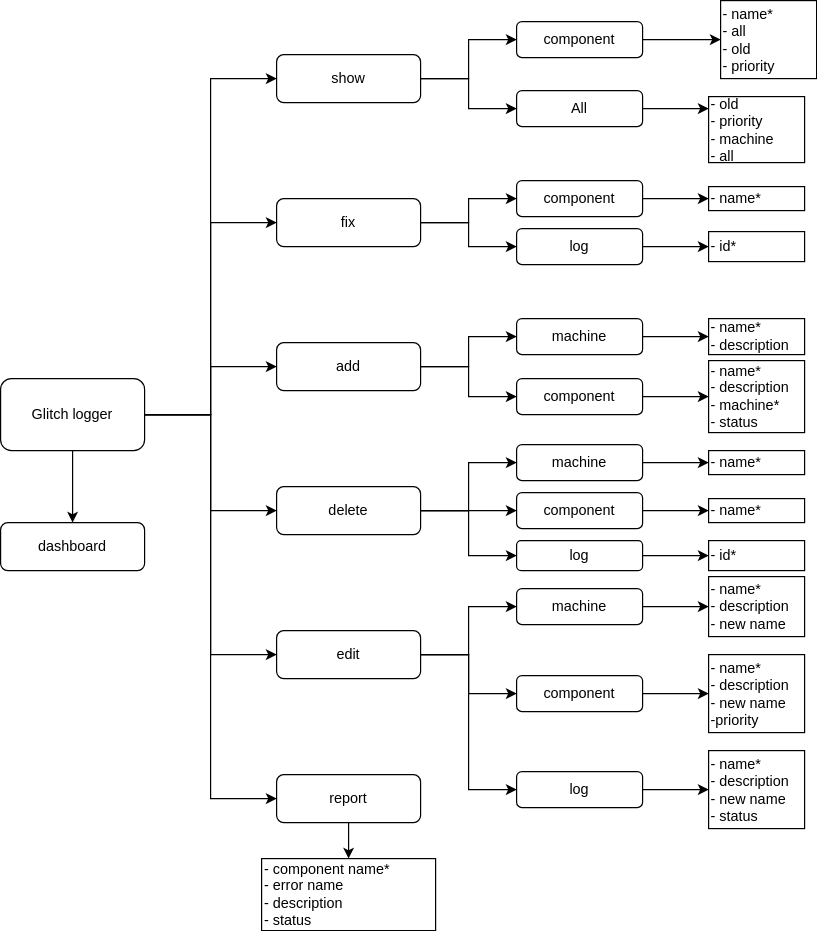
Earlier version of the draw.io export Docs/images/cli.tree.png (mmed-hajnasr/upkeep). Source tidied: cells renumbered, new cells last; positions are measured from the earlier drawing's top-left corner, leaving out a move shared by most shapes. Source of this version:
```xml
<mxGraphModel>
  <root>
    <mxCell id="0" />
    <mxCell id="1" parent="0" />
    <mxCell id="2" style="edgeStyle=orthogonalEdgeStyle;rounded=0;jettySize=auto;html=1;entryX=0;entryY=0.5;entryDx=0;entryDy=0;" parent="1" edge="1" source="9" target="12">
      <mxGeometry relative="1" as="geometry" />
    </mxCell>
    <mxCell id="3" style="edgeStyle=orthogonalEdgeStyle;rounded=0;jettySize=auto;html=1;entryX=0;entryY=0.5;entryDx=0;entryDy=0;" parent="1" edge="1" source="9" target="16">
      <mxGeometry relative="1" as="geometry" />
    </mxCell>
    <mxCell id="4" style="edgeStyle=orthogonalEdgeStyle;rounded=0;jettySize=auto;html=1;entryX=0;entryY=0.5;entryDx=0;entryDy=0;" parent="1" edge="1" source="9" target="20">
      <mxGeometry relative="1" as="geometry" />
    </mxCell>
    <mxCell id="5" style="edgeStyle=orthogonalEdgeStyle;rounded=0;jettySize=auto;html=1;entryX=0;entryY=0.5;entryDx=0;entryDy=0;" parent="1" edge="1" source="9" target="24">
      <mxGeometry relative="1" as="geometry" />
    </mxCell>
    <mxCell id="6" style="edgeStyle=orthogonalEdgeStyle;rounded=0;jettySize=auto;html=1;" parent="1" edge="1" source="9" target="21">
      <mxGeometry relative="1" as="geometry" />
    </mxCell>
    <mxCell id="7" style="edgeStyle=orthogonalEdgeStyle;rounded=0;jettySize=auto;html=1;entryX=0;entryY=0.5;entryDx=0;entryDy=0;" parent="1" edge="1" source="9" target="30">
      <mxGeometry relative="1" as="geometry" />
    </mxCell>
    <mxCell id="8" style="edgeStyle=orthogonalEdgeStyle;rounded=0;jettySize=auto;html=1;entryX=0;entryY=0.5;entryDx=0;entryDy=0;" parent="1" edge="1" source="9" target="60">
      <mxGeometry relative="1" as="geometry" />
    </mxCell>
    <mxCell id="9" value="Glitch logger" style="rounded=1;whiteSpace=wrap;html=1;" parent="1" vertex="1">
      <mxGeometry y="315" width="120" height="60" as="geometry" />
    </mxCell>
    <mxCell id="10" style="edgeStyle=orthogonalEdgeStyle;rounded=0;jettySize=auto;html=1;entryX=0;entryY=0.5;entryDx=0;entryDy=0;" parent="1" edge="1" source="12" target="26">
      <mxGeometry relative="1" as="geometry" />
    </mxCell>
    <mxCell id="11" style="edgeStyle=orthogonalEdgeStyle;rounded=0;jettySize=auto;html=1;entryX=0;entryY=0.5;entryDx=0;entryDy=0;" parent="1" edge="1" source="12" target="28">
      <mxGeometry relative="1" as="geometry" />
    </mxCell>
    <mxCell id="12" value="add" style="rounded=1;whiteSpace=wrap;html=1;" parent="1" vertex="1">
      <mxGeometry x="230" y="285" width="120" height="40" as="geometry" />
    </mxCell>
    <mxCell id="13" style="edgeStyle=orthogonalEdgeStyle;rounded=0;jettySize=auto;html=1;entryX=0;entryY=0.5;entryDx=0;entryDy=0;" parent="1" edge="1" source="16" target="32">
      <mxGeometry relative="1" as="geometry" />
    </mxCell>
    <mxCell id="14" style="edgeStyle=orthogonalEdgeStyle;rounded=0;jettySize=auto;html=1;entryX=0;entryY=0.5;entryDx=0;entryDy=0;" parent="1" edge="1" source="16" target="34">
      <mxGeometry relative="1" as="geometry" />
    </mxCell>
    <mxCell id="15" style="edgeStyle=orthogonalEdgeStyle;rounded=0;jettySize=auto;html=1;entryX=0;entryY=0.5;entryDx=0;entryDy=0;" parent="1" edge="1" source="16" target="36">
      <mxGeometry relative="1" as="geometry" />
    </mxCell>
    <mxCell id="16" value="delete" style="rounded=1;whiteSpace=wrap;html=1;" parent="1" vertex="1">
      <mxGeometry x="230" y="405" width="120" height="40" as="geometry" />
    </mxCell>
    <mxCell id="17" style="edgeStyle=orthogonalEdgeStyle;rounded=0;jettySize=auto;html=1;entryX=0;entryY=0.5;entryDx=0;entryDy=0;" parent="1" edge="1" source="20" target="38">
      <mxGeometry relative="1" as="geometry" />
    </mxCell>
    <mxCell id="18" style="edgeStyle=orthogonalEdgeStyle;rounded=0;jettySize=auto;html=1;entryX=0;entryY=0.5;entryDx=0;entryDy=0;" parent="1" edge="1" source="20" target="40">
      <mxGeometry relative="1" as="geometry" />
    </mxCell>
    <mxCell id="19" style="edgeStyle=orthogonalEdgeStyle;rounded=0;jettySize=auto;html=1;entryX=0;entryY=0.5;entryDx=0;entryDy=0;" parent="1" edge="1" source="20" target="42">
      <mxGeometry relative="1" as="geometry" />
    </mxCell>
    <mxCell id="20" value="edit" style="rounded=1;whiteSpace=wrap;html=1;" parent="1" vertex="1">
      <mxGeometry x="230" y="525" width="120" height="40" as="geometry" />
    </mxCell>
    <mxCell id="21" value="dashboard" style="rounded=1;whiteSpace=wrap;html=1;" parent="1" vertex="1">
      <mxGeometry y="435" width="120" height="40" as="geometry" />
    </mxCell>
    <mxCell id="22" style="edgeStyle=orthogonalEdgeStyle;rounded=0;jettySize=auto;html=1;" parent="1" edge="1" source="24" target="45">
      <mxGeometry relative="1" as="geometry" />
    </mxCell>
    <mxCell id="23" style="edgeStyle=orthogonalEdgeStyle;rounded=0;jettySize=auto;html=1;entryX=0;entryY=0.5;entryDx=0;entryDy=0;" parent="1" edge="1" source="24" target="47">
      <mxGeometry relative="1" as="geometry" />
    </mxCell>
    <mxCell id="24" value="fix" style="rounded=1;whiteSpace=wrap;html=1;" parent="1" vertex="1">
      <mxGeometry x="230" y="165" width="120" height="40" as="geometry" />
    </mxCell>
    <mxCell id="25" style="edgeStyle=orthogonalEdgeStyle;rounded=0;jettySize=auto;html=1;entryX=0;entryY=0.5;entryDx=0;entryDy=0;" parent="1" edge="1" source="26" target="48">
      <mxGeometry relative="1" as="geometry" />
    </mxCell>
    <mxCell id="26" value="machine" style="rounded=1;whiteSpace=wrap;html=1;" parent="1" vertex="1">
      <mxGeometry x="430" y="265" width="105" height="30" as="geometry" />
    </mxCell>
    <mxCell id="27" style="edgeStyle=orthogonalEdgeStyle;rounded=0;jettySize=auto;html=1;entryX=0;entryY=0.5;entryDx=0;entryDy=0;" parent="1" edge="1" source="28" target="49">
      <mxGeometry relative="1" as="geometry" />
    </mxCell>
    <mxCell id="28" value="component" style="rounded=1;whiteSpace=wrap;html=1;" parent="1" vertex="1">
      <mxGeometry x="430" y="315" width="105" height="30" as="geometry" />
    </mxCell>
    <mxCell id="29" style="edgeStyle=orthogonalEdgeStyle;rounded=0;jettySize=auto;html=1;entryX=0.5;entryY=0;entryDx=0;entryDy=0;" parent="1" edge="1" source="30" target="43">
      <mxGeometry relative="1" as="geometry" />
    </mxCell>
    <mxCell id="30" value="report" style="rounded=1;whiteSpace=wrap;html=1;" parent="1" vertex="1">
      <mxGeometry x="230" y="645" width="120" height="40" as="geometry" />
    </mxCell>
    <mxCell id="31" style="edgeStyle=orthogonalEdgeStyle;rounded=0;jettySize=auto;html=1;" parent="1" edge="1" source="32">
      <mxGeometry relative="1" as="geometry">
        <mxPoint x="590" y="385" as="targetPoint" />
      </mxGeometry>
    </mxCell>
    <mxCell id="32" value="machine" style="rounded=1;whiteSpace=wrap;html=1;" parent="1" vertex="1">
      <mxGeometry x="430" y="370" width="105" height="30" as="geometry" />
    </mxCell>
    <mxCell id="33" style="edgeStyle=orthogonalEdgeStyle;rounded=0;jettySize=auto;html=1;" parent="1" edge="1" source="34" target="52">
      <mxGeometry relative="1" as="geometry" />
    </mxCell>
    <mxCell id="34" value="component" style="rounded=1;whiteSpace=wrap;html=1;" parent="1" vertex="1">
      <mxGeometry x="430" y="410" width="105" height="30" as="geometry" />
    </mxCell>
    <mxCell id="35" style="edgeStyle=orthogonalEdgeStyle;rounded=0;jettySize=auto;html=1;" parent="1" edge="1" source="36" target="51">
      <mxGeometry relative="1" as="geometry" />
    </mxCell>
    <mxCell id="36" value="log" style="rounded=1;whiteSpace=wrap;html=1;" parent="1" vertex="1">
      <mxGeometry x="430" y="450" width="105" height="25" as="geometry" />
    </mxCell>
    <mxCell id="37" style="edgeStyle=orthogonalEdgeStyle;rounded=0;jettySize=auto;html=1;entryX=0;entryY=0.5;entryDx=0;entryDy=0;" parent="1" edge="1" source="38" target="53">
      <mxGeometry relative="1" as="geometry" />
    </mxCell>
    <mxCell id="38" value="machine" style="rounded=1;whiteSpace=wrap;html=1;" parent="1" vertex="1">
      <mxGeometry x="430" y="490" width="105" height="30" as="geometry" />
    </mxCell>
    <mxCell id="39" style="edgeStyle=orthogonalEdgeStyle;rounded=0;jettySize=auto;html=1;entryX=0;entryY=0.5;entryDx=0;entryDy=0;" parent="1" edge="1" source="40" target="54">
      <mxGeometry relative="1" as="geometry" />
    </mxCell>
    <mxCell id="40" value="component" style="rounded=1;whiteSpace=wrap;html=1;" parent="1" vertex="1">
      <mxGeometry x="430" y="562.5" width="105" height="30" as="geometry" />
    </mxCell>
    <mxCell id="41" style="edgeStyle=orthogonalEdgeStyle;rounded=0;jettySize=auto;html=1;" parent="1" edge="1" source="42" target="55">
      <mxGeometry relative="1" as="geometry" />
    </mxCell>
    <mxCell id="42" value="log" style="rounded=1;whiteSpace=wrap;html=1;" parent="1" vertex="1">
      <mxGeometry x="430" y="642.5" width="105" height="30" as="geometry" />
    </mxCell>
    <mxCell id="43" value="- component name*&lt;br&gt;- error name&lt;br&gt;- description&lt;br&gt;&lt;div style=&quot;&quot;&gt;&lt;span style=&quot;background-color: initial;&quot;&gt;- status&amp;nbsp;&lt;/span&gt;&lt;/div&gt;" style="rounded=0;whiteSpace=wrap;html=1;align=left;" parent="1" vertex="1">
      <mxGeometry x="217.5" y="715" width="145" height="60" as="geometry" />
    </mxCell>
    <mxCell id="44" style="edgeStyle=orthogonalEdgeStyle;rounded=0;jettySize=auto;html=1;" parent="1" edge="1" source="45" target="56">
      <mxGeometry relative="1" as="geometry" />
    </mxCell>
    <mxCell id="45" value="component" style="rounded=1;whiteSpace=wrap;html=1;" parent="1" vertex="1">
      <mxGeometry x="430" y="150" width="105" height="30" as="geometry" />
    </mxCell>
    <mxCell id="46" style="edgeStyle=orthogonalEdgeStyle;rounded=0;jettySize=auto;html=1;" parent="1" edge="1" source="47">
      <mxGeometry relative="1" as="geometry">
        <mxPoint x="590" y="205" as="targetPoint" />
      </mxGeometry>
    </mxCell>
    <mxCell id="47" value="log" style="rounded=1;whiteSpace=wrap;html=1;" parent="1" vertex="1">
      <mxGeometry x="430" y="190" width="105" height="30" as="geometry" />
    </mxCell>
    <mxCell id="48" value="- name*&lt;br&gt;- description" style="rounded=0;whiteSpace=wrap;html=1;align=left;" parent="1" vertex="1">
      <mxGeometry x="590" y="265" width="80" height="30" as="geometry" />
    </mxCell>
    <mxCell id="49" value="- name*&lt;br&gt;- description&lt;br&gt;- machine*&lt;br&gt;- status" style="rounded=0;whiteSpace=wrap;html=1;align=left;" parent="1" vertex="1">
      <mxGeometry x="590" y="300" width="80" height="60" as="geometry" />
    </mxCell>
    <mxCell id="50" value="- name*" style="rounded=0;whiteSpace=wrap;html=1;align=left;" parent="1" vertex="1">
      <mxGeometry x="590" y="375" width="80" height="20" as="geometry" />
    </mxCell>
    <mxCell id="51" value="- id*" style="rounded=0;whiteSpace=wrap;html=1;align=left;" parent="1" vertex="1">
      <mxGeometry x="590" y="450" width="80" height="25" as="geometry" />
    </mxCell>
    <mxCell id="52" value="- name*" style="rounded=0;whiteSpace=wrap;html=1;align=left;" parent="1" vertex="1">
      <mxGeometry x="590" y="415" width="80" height="20" as="geometry" />
    </mxCell>
    <mxCell id="53" value="- name*&lt;br&gt;- description&lt;br&gt;- new name" style="rounded=0;whiteSpace=wrap;html=1;align=left;" parent="1" vertex="1">
      <mxGeometry x="590" y="480" width="80" height="50" as="geometry" />
    </mxCell>
    <mxCell id="54" value="- name*&lt;br&gt;- description&lt;br&gt;- new name&lt;br&gt;-priority" style="rounded=0;whiteSpace=wrap;html=1;align=left;" parent="1" vertex="1">
      <mxGeometry x="590" y="545" width="80" height="65" as="geometry" />
    </mxCell>
    <mxCell id="55" value="- name*&lt;br&gt;- description&lt;br&gt;- new name&lt;br&gt;- status" style="rounded=0;whiteSpace=wrap;html=1;align=left;" parent="1" vertex="1">
      <mxGeometry x="590" y="625" width="80" height="65" as="geometry" />
    </mxCell>
    <mxCell id="56" value="- name*" style="rounded=0;whiteSpace=wrap;html=1;align=left;" parent="1" vertex="1">
      <mxGeometry x="590" y="155" width="80" height="20" as="geometry" />
    </mxCell>
    <mxCell id="57" value="- id*" style="rounded=0;whiteSpace=wrap;html=1;align=left;" parent="1" vertex="1">
      <mxGeometry x="590" y="192.5" width="80" height="25" as="geometry" />
    </mxCell>
    <mxCell id="58" style="edgeStyle=orthogonalEdgeStyle;rounded=0;jettySize=auto;html=1;entryX=0;entryY=0.5;entryDx=0;entryDy=0;" parent="1" edge="1" source="60" target="62">
      <mxGeometry relative="1" as="geometry" />
    </mxCell>
    <mxCell id="59" style="edgeStyle=orthogonalEdgeStyle;rounded=0;jettySize=auto;html=1;" parent="1" edge="1" source="60" target="64">
      <mxGeometry relative="1" as="geometry" />
    </mxCell>
    <mxCell id="60" value="show" style="rounded=1;whiteSpace=wrap;html=1;" parent="1" vertex="1">
      <mxGeometry x="230" y="45" width="120" height="40" as="geometry" />
    </mxCell>
    <mxCell id="61" style="edgeStyle=orthogonalEdgeStyle;rounded=0;jettySize=auto;html=1;" parent="1" edge="1" source="62">
      <mxGeometry relative="1" as="geometry">
        <mxPoint x="590" y="90" as="targetPoint" />
      </mxGeometry>
    </mxCell>
    <mxCell id="62" value="All" style="rounded=1;whiteSpace=wrap;html=1;" parent="1" vertex="1">
      <mxGeometry x="430" y="75" width="105" height="30" as="geometry" />
    </mxCell>
    <mxCell id="63" style="edgeStyle=orthogonalEdgeStyle;rounded=0;jettySize=auto;html=1;entryX=0;entryY=0.5;entryDx=0;entryDy=0;" parent="1" edge="1" source="64" target="65">
      <mxGeometry relative="1" as="geometry" />
    </mxCell>
    <mxCell id="64" value="component" style="rounded=1;whiteSpace=wrap;html=1;" parent="1" vertex="1">
      <mxGeometry x="430" y="17.5" width="105" height="30" as="geometry" />
    </mxCell>
    <mxCell id="65" value="- name*&lt;br&gt;- all&lt;br&gt;- old&lt;br&gt;- priority" style="rounded=0;whiteSpace=wrap;html=1;align=left;" parent="1" vertex="1">
      <mxGeometry x="600" width="80" height="65" as="geometry" />
    </mxCell>
    <mxCell id="66" value="&lt;div&gt;- old&lt;/div&gt;&lt;div&gt;- priority&lt;/div&gt;&lt;div&gt;- machine&lt;/div&gt;&lt;div&gt;- all&lt;/div&gt;" style="rounded=0;whiteSpace=wrap;html=1;align=left;" parent="1" vertex="1">
      <mxGeometry x="590" y="80" width="80" height="55" as="geometry" />
    </mxCell>
  </root>
</mxGraphModel>
```
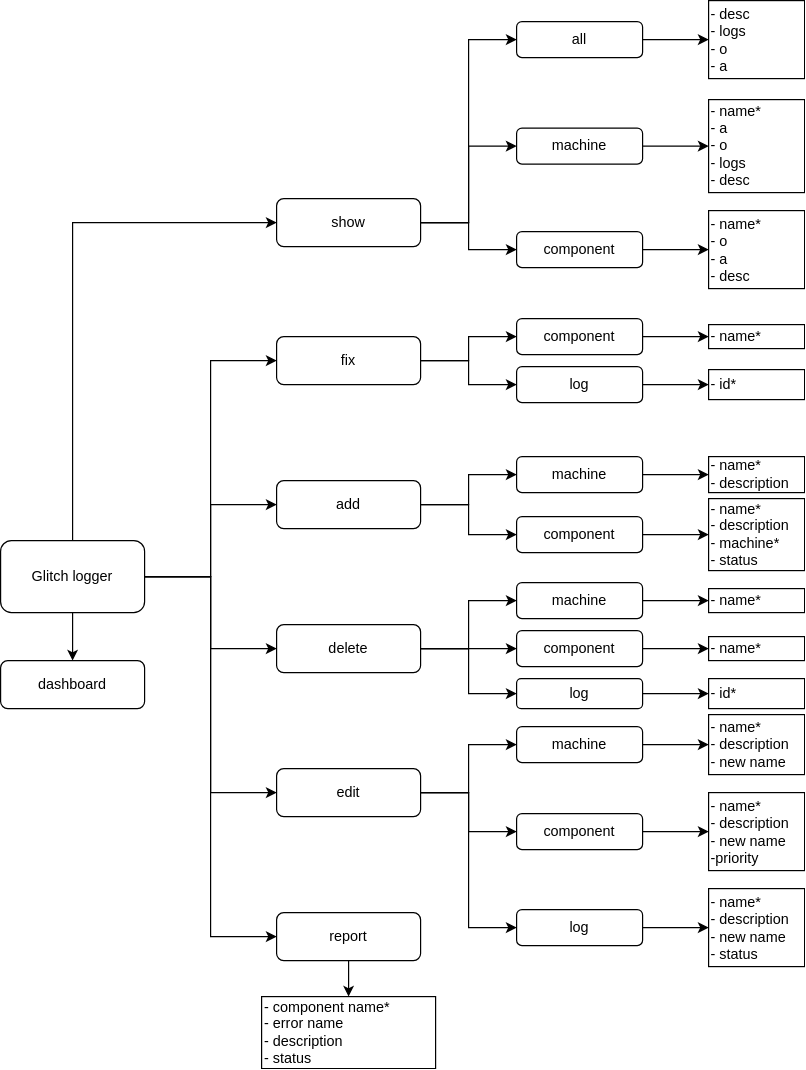
The same diagram one commit later.

What changed in the source:
```diff
@@ -20,11 +20,15 @@
     <mxCell id="7" style="edgeStyle=orthogonalEdgeStyle;rounded=0;jettySize=auto;html=1;entryX=0;entryY=0.5;entryDx=0;entryDy=0;" parent="1" edge="1" source="9" target="30">
       <mxGeometry relative="1" as="geometry" />
     </mxCell>
-    <mxCell id="8" style="edgeStyle=orthogonalEdgeStyle;rounded=0;jettySize=auto;html=1;entryX=0;entryY=0.5;entryDx=0;entryDy=0;" parent="1" edge="1" source="9" target="60">
-      <mxGeometry relative="1" as="geometry" />
+    <mxCell id="8" style="edgeStyle=orthogonalEdgeStyle;rounded=0;jettySize=auto;html=1;entryX=0;entryY=0.5;entryDx=0;entryDy=0;exitX=0.5;exitY=0;exitDx=0;exitDy=0;" parent="1" edge="1" source="9" target="60">
+      <mxGeometry relative="1" as="geometry">
+        <Array as="points">
+          <mxPoint x="60" y="70" />
+        </Array>
+      </mxGeometry>
     </mxCell>
     <mxCell id="9" value="Glitch logger" style="rounded=1;whiteSpace=wrap;html=1;" parent="1" vertex="1">
-      <mxGeometry y="315" width="120" height="60" as="geometry" />
+      <mxGeometry y="335" width="120" height="60" as="geometry" />
     </mxCell>
     <mxCell id="10" style="edgeStyle=orthogonalEdgeStyle;rounded=0;jettySize=auto;html=1;entryX=0;entryY=0.5;entryDx=0;entryDy=0;" parent="1" edge="1" source="12" target="26">
       <mxGeometry relative="1" as="geometry" />
@@ -174,34 +178,59 @@
     <mxCell id="57" value="- id*" style="rounded=0;whiteSpace=wrap;html=1;align=left;" parent="1" vertex="1">
       <mxGeometry x="590" y="192.5" width="80" height="25" as="geometry" />
     </mxCell>
-    <mxCell id="58" style="edgeStyle=orthogonalEdgeStyle;rounded=0;jettySize=auto;html=1;entryX=0;entryY=0.5;entryDx=0;entryDy=0;" parent="1" edge="1" source="60" target="62">
-      <mxGeometry relative="1" as="geometry" />
-    </mxCell>
+    <mxCell id="67" style="edgeStyle=orthogonalEdgeStyle;rounded=0;jettySize=auto;html=1;entryX=0;entryY=0.5;entryDx=0;entryDy=0;" parent="1" edge="1" source="60" target="73">
+      <mxGeometry relative="1" as="geometry">
+        <Array as="points">
+          <mxPoint x="390" y="70" />
+          <mxPoint x="390" y="-82" />
+        </Array>
+      </mxGeometry>
+    </mxCell>
+    <mxCell id="68" style="edgeStyle=orthogonalEdgeStyle;rounded=0;jettySize=auto;html=1;entryX=0;entryY=0.5;entryDx=0;entryDy=0;" parent="1" edge="1" source="60" target="70">
+      <mxGeometry relative="1" as="geometry">
+        <Array as="points">
+          <mxPoint x="390" y="70" />
+          <mxPoint x="390" y="6" />
+        </Array>
+      </mxGeometry>
+    </mxCell>
-    <mxCell id="59" style="edgeStyle=orthogonalEdgeStyle;rounded=0;jettySize=auto;html=1;" parent="1" edge="1" source="60" target="64">
+    <mxCell id="59" style="edgeStyle=orthogonalEdgeStyle;rounded=0;jettySize=auto;html=1;entryX=0;entryY=0.5;entryDx=0;entryDy=0;" parent="1" edge="1" source="60" target="64">
       <mxGeometry relative="1" as="geometry" />
     </mxCell>
     <mxCell id="60" value="show" style="rounded=1;whiteSpace=wrap;html=1;" parent="1" vertex="1">
-      <mxGeometry x="230" y="45" width="120" height="40" as="geometry" />
+      <mxGeometry x="230" y="50" width="120" height="40" as="geometry" />
     </mxCell>
-    <mxCell id="61" style="edgeStyle=orthogonalEdgeStyle;rounded=0;jettySize=auto;html=1;" parent="1" edge="1" source="62">
-      <mxGeometry relative="1" as="geometry">
-        <mxPoint x="590" y="90" as="targetPoint" />
-      </mxGeometry>
-    </mxCell>
-    <mxCell id="62" value="All" style="rounded=1;whiteSpace=wrap;html=1;" parent="1" vertex="1">
-      <mxGeometry x="430" y="75" width="105" height="30" as="geometry" />
-    </mxCell>
-    <mxCell id="63" style="edgeStyle=orthogonalEdgeStyle;rounded=0;jettySize=auto;html=1;entryX=0;entryY=0.5;entryDx=0;entryDy=0;" parent="1" edge="1" source="64" target="65">
-      <mxGeometry relative="1" as="geometry" />
-    </mxCell>
+    <mxCell id="69" style="edgeStyle=orthogonalEdgeStyle;rounded=0;jettySize=auto;html=1;entryX=0;entryY=0.5;entryDx=0;entryDy=0;exitX=1;exitY=0.5;exitDx=0;exitDy=0;" parent="1" edge="1" source="70" target="74">
+      <mxGeometry relative="1" as="geometry" />
+    </mxCell>
+    <mxCell id="70" value="machine" style="rounded=1;whiteSpace=wrap;html=1;" parent="1" vertex="1">
+      <mxGeometry x="430" y="-8.8" width="105" height="30" as="geometry" />
+    </mxCell>
+    <mxCell id="71" style="edgeStyle=orthogonalEdgeStyle;rounded=0;jettySize=auto;html=1;entryX=0;entryY=0.5;entryDx=0;entryDy=0;" parent="1" edge="1" source="64" target="76">
+      <mxGeometry relative="1" as="geometry" />
+    </mxCell>
     <mxCell id="64" value="component" style="rounded=1;whiteSpace=wrap;html=1;" parent="1" vertex="1">
-      <mxGeometry x="430" y="17.5" width="105" height="30" as="geometry" />
+      <mxGeometry x="430" y="77.5" width="105" height="30" as="geometry" />
     </mxCell>
-    <mxCell id="65" value="- name*&lt;br&gt;- all&lt;br&gt;- old&lt;br&gt;- priority" style="rounded=0;whiteSpace=wrap;html=1;align=left;" parent="1" vertex="1">
-      <mxGeometry x="600" width="80" height="65" as="geometry" />
-    </mxCell>
-    <mxCell id="66" value="&lt;div&gt;- old&lt;/div&gt;&lt;div&gt;- priority&lt;/div&gt;&lt;div&gt;- machine&lt;/div&gt;&lt;div&gt;- all&lt;/div&gt;" style="rounded=0;whiteSpace=wrap;html=1;align=left;" parent="1" vertex="1">
-      <mxGeometry x="590" y="80" width="80" height="55" as="geometry" />
-    </mxCell>
+    <mxCell id="72" style="edgeStyle=orthogonalEdgeStyle;rounded=0;jettySize=auto;html=1;entryX=0;entryY=0.5;entryDx=0;entryDy=0;exitX=1;exitY=0.5;exitDx=0;exitDy=0;" parent="1" edge="1" source="73" target="75">
+      <mxGeometry relative="1" as="geometry">
+        <Array as="points">
+          <mxPoint x="560" y="-82" />
+          <mxPoint x="560" y="-82" />
+        </Array>
+      </mxGeometry>
+    </mxCell>
+    <mxCell id="73" value="all" style="rounded=1;whiteSpace=wrap;html=1;" parent="1" vertex="1">
+      <mxGeometry x="430" y="-97.5" width="105" height="30" as="geometry" />
+    </mxCell>
+    <mxCell id="74" value="- name*&lt;div&gt;- a&lt;/div&gt;&lt;div&gt;- o&lt;/div&gt;&lt;div&gt;- logs&lt;/div&gt;&lt;div&gt;- desc&lt;/div&gt;" style="rounded=0;whiteSpace=wrap;html=1;align=left;" parent="1" vertex="1">
+      <mxGeometry x="590" y="-32.5" width="80" height="77.5" as="geometry" />
+    </mxCell>
+    <mxCell id="75" value="- desc&lt;div&gt;- logs&lt;/div&gt;&lt;div&gt;- o&lt;/div&gt;&lt;div&gt;- a&lt;/div&gt;" style="rounded=0;whiteSpace=wrap;html=1;align=left;" parent="1" vertex="1">
+      <mxGeometry x="590" y="-115" width="80" height="65" as="geometry" />
+    </mxCell>
+    <mxCell id="76" value="- name*&lt;div&gt;- o&lt;/div&gt;&lt;div&gt;- a&lt;/div&gt;&lt;div&gt;- desc&lt;/div&gt;" style="rounded=0;whiteSpace=wrap;html=1;align=left;" parent="1" vertex="1">
+      <mxGeometry x="590" y="60" width="80" height="65" as="geometry" />
+    </mxCell>
   </root>
 </mxGraphModel>
```
